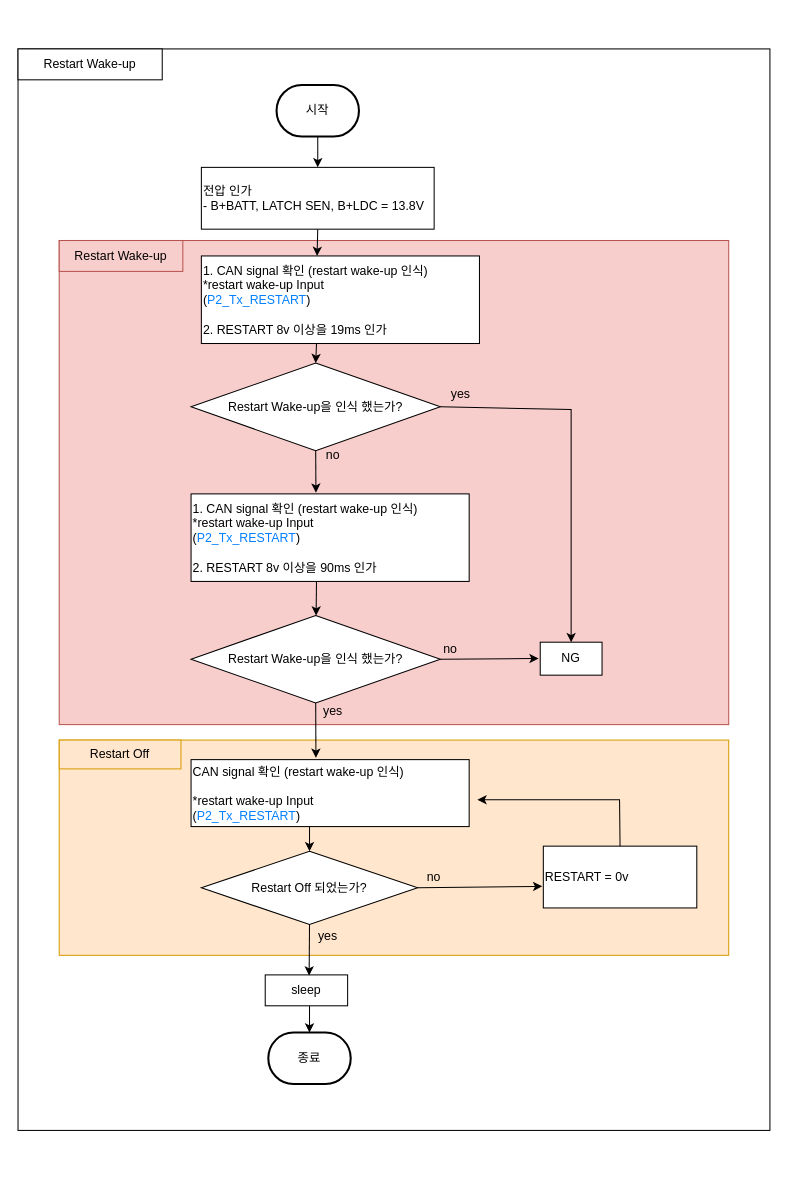
This is RESTART Wake-up.drawio from chaeyoonl/state-transition-diagram-test, a draw.io file, before an edit. Source tidied: cells renumbered, new cells numbered last; positions are measured from the earlier drawing's top-left corner, leaving out a move shared by most shapes. Both pictures are drawn from the tidied source at 103%, with x=0, y=0 at pixel (18, 48).
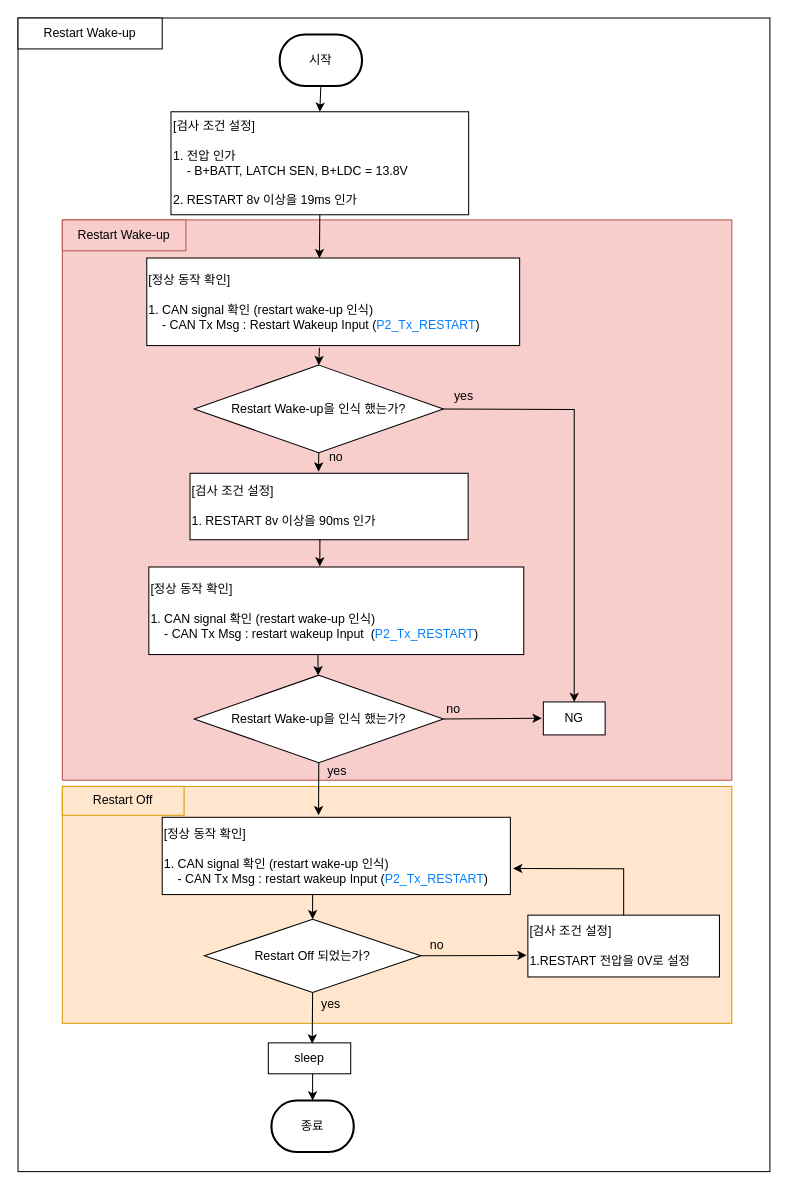
After the change.

The edit, as a diff of the source:
```diff
@@
     <mxCell id="2" style="rounded=0;whiteSpace=wrap;html=1;" parent="1" vertex="1">
-      <mxGeometry width="730" height="1050" as="geometry" />
+      <mxGeometry y="-30" width="730" height="1120" as="geometry" />
     </mxCell>
     <mxCell id="3" value="Restart Wake-up" style="rounded=0;whiteSpace=wrap;html=1;" parent="1" vertex="1">
-      <mxGeometry width="140" height="30" as="geometry" />
+      <mxGeometry y="-30" width="140" height="30" as="geometry" />
     </mxCell>
     <mxCell id="4" style="rounded=0;whiteSpace=wrap;html=1;fillColor=#f8cecc;strokeColor=#b85450;" parent="1" vertex="1">
-      <mxGeometry x="40" y="186" width="650" height="470" as="geometry" />
+      <mxGeometry x="43" y="166" width="650" height="544" as="geometry" />
     </mxCell>
     <mxCell id="5" value="&lt;span style=&quot;color: rgb(0, 0, 0); font-family: Helvetica; font-size: 12px; font-style: normal; font-variant-ligatures: normal; font-variant-caps: normal; font-weight: 400; letter-spacing: normal; orphans: 2; text-align: center; text-indent: 0px; text-transform: none; widows: 2; word-spacing: 0px; -webkit-text-stroke-width: 0px; text-decoration-thickness: initial; text-decoration-style: initial; text-decoration-color: initial; float: none; display: inline !important;&quot;&gt;Restart Wake-up&lt;br&gt;&lt;/span&gt;" style="rounded=0;whiteSpace=wrap;html=1;fillColor=#f8cecc;strokeColor=#b85450;fillStyle=solid;labelBackgroundColor=none;" parent="1" vertex="1">
-      <mxGeometry x="40" y="186" width="120" height="30" as="geometry" />
+      <mxGeometry x="43" y="166" width="120" height="30" as="geometry" />
     </mxCell>
     <mxCell id="6" style="rounded=0;whiteSpace=wrap;html=1;fillColor=#ffe6cc;strokeColor=#d79b00;" parent="1" vertex="1">
-      <mxGeometry x="40" y="671" width="650" height="209" as="geometry" />
+      <mxGeometry x="43" y="716" width="650" height="230" as="geometry" />
     </mxCell>
     <mxCell id="7" value="&lt;span style=&quot;color: rgb(0, 0, 0); font-family: Helvetica; font-size: 12px; font-style: normal; font-variant-ligatures: normal; font-variant-caps: normal; font-weight: 400; letter-spacing: normal; orphans: 2; text-align: center; text-indent: 0px; text-transform: none; widows: 2; word-spacing: 0px; -webkit-text-stroke-width: 0px; text-decoration-thickness: initial; text-decoration-style: initial; text-decoration-color: initial; float: none; display: inline !important;&quot;&gt;Restart Off&lt;br&gt;&lt;/span&gt;" style="rounded=0;whiteSpace=wrap;html=1;fillColor=#ffe6cc;strokeColor=#d79b00;labelBackgroundColor=none;" parent="1" vertex="1">
-      <mxGeometry x="40" y="671" width="118.2" height="28" as="geometry" />
+      <mxGeometry x="43" y="716" width="118.2" height="28" as="geometry" />
     </mxCell>
     <mxCell id="8" value="시작" style="strokeWidth=2;html=1;shape=mxgraph.flowchart.terminator;whiteSpace=wrap;" parent="1" vertex="1">
-      <mxGeometry x="251" y="35" width="80" height="50" as="geometry" />
+      <mxGeometry x="254" y="-14" width="80" height="50" as="geometry" />
     </mxCell>
-    <mxCell id="9" value="전압 인가&lt;br&gt;- B+BATT, LATCH SEN, B+LDC = 13.8V" style="rounded=0;whiteSpace=wrap;html=1;align=left;" parent="1" vertex="1">
-      <mxGeometry x="178" y="115" width="226" height="60" as="geometry" />
+    <mxCell id="9" value="[검사 조건 설정]&lt;br&gt;&lt;br&gt;1. 전압 인가&lt;br&gt;&amp;nbsp; &amp;nbsp; - B+BATT, LATCH SEN, B+LDC = 13.8V&lt;br&gt;&lt;br&gt;2. RESTART 8v 이상을&amp;nbsp;19ms 인가&amp;nbsp;" style="rounded=0;whiteSpace=wrap;html=1;align=left;" parent="1" vertex="1">
+      <mxGeometry x="148.5" y="61" width="289" height="100" as="geometry" />
     </mxCell>
     <mxCell id="10" value="Restart Wake-up을 인식 했는가?" style="rhombus;whiteSpace=wrap;html=1;" parent="1" vertex="1">
-      <mxGeometry x="168" y="305" width="242" height="85" as="geometry" />
+      <mxGeometry x="171" y="307" width="242" height="85" as="geometry" />
     </mxCell>
-    <mxCell id="11" style="endArrow=classic;html=1;rounded=0;entryX=0.5;entryY=0;entryDx=0;entryDy=0;exitX=0.414;exitY=1.005;exitDx=0;exitDy=0;exitPerimeter=0;" parent="1" edge="1" source="22" target="10">
+    <mxCell id="11" style="endArrow=classic;html=1;rounded=0;entryX=0.5;entryY=0;entryDx=0;entryDy=0;exitX=0.463;exitY=1.026;exitDx=0;exitDy=0;exitPerimeter=0;" parent="1" edge="1" source="22" target="10">
       <mxGeometry relative="1" as="geometry" />
     </mxCell>
@@
-    <mxCell id="13" style="endArrow=classic;html=1;rounded=0;exitX=0.5;exitY=1;exitDx=0;exitDy=0;entryX=0.449;entryY=-0.027;entryDx=0;entryDy=0;entryPerimeter=0;" parent="1" edge="1" target="37">
-      <mxGeometry relative="1" as="geometry">
-        <mxPoint x="289" y="635" as="sourcePoint" />
-      </mxGeometry>
+    <mxCell id="13" style="endArrow=classic;html=1;rounded=0;exitX=0.5;exitY=1;exitDx=0;exitDy=0;entryX=0.449;entryY=-0.027;entryDx=0;entryDy=0;entryPerimeter=0;" parent="1" edge="1" source="16" target="37">
+      <mxGeometry relative="1" as="geometry" />
     </mxCell>
     <mxCell id="14" value="yes" style="text;html=1;strokeColor=none;fillColor=none;align=center;verticalAlign=middle;whiteSpace=wrap;rounded=0;" parent="1" vertex="1">
-      <mxGeometry x="276" y="628" width="60" height="30" as="geometry" />
+      <mxGeometry x="280" y="686" width="60" height="30" as="geometry" />
     </mxCell>
     <mxCell id="15" value="no" style="text;html=1;strokeColor=none;fillColor=none;align=center;verticalAlign=middle;whiteSpace=wrap;rounded=0;" parent="1" vertex="1">
-      <mxGeometry x="276" y="380" width="60" height="30" as="geometry" />
+      <mxGeometry x="279" y="382" width="60" height="30" as="geometry" />
     </mxCell>
     <mxCell id="16" value="Restart Wake-up을 인식 했는가?" style="rhombus;whiteSpace=wrap;html=1;" parent="1" vertex="1">
-      <mxGeometry x="168" y="550" width="242" height="85" as="geometry" />
+      <mxGeometry x="171" y="608" width="242" height="85" as="geometry" />
     </mxCell>
     <mxCell id="17" value="no" style="text;html=1;strokeColor=none;fillColor=none;align=center;verticalAlign=middle;whiteSpace=wrap;rounded=0;" parent="1" vertex="1">
-      <mxGeometry x="390" y="568" width="60" height="30" as="geometry" />
+      <mxGeometry x="393" y="626" width="60" height="30" as="geometry" />
     </mxCell>
@@
     <mxCell id="19" value="NG" style="rounded=0;whiteSpace=wrap;html=1;align=center;" parent="1" vertex="1">
-      <mxGeometry x="507" y="576" width="60" height="32" as="geometry" />
+      <mxGeometry x="510" y="634" width="60" height="32" as="geometry" />
     </mxCell>
     <mxCell id="20" value="yes" style="text;html=1;strokeColor=none;fillColor=none;align=center;verticalAlign=middle;whiteSpace=wrap;rounded=0;" parent="1" vertex="1">
-      <mxGeometry x="400" y="320" width="60" height="30" as="geometry" />
+      <mxGeometry x="403" y="322" width="60" height="30" as="geometry" />
     </mxCell>
     <mxCell id="21" style="endArrow=classic;html=1;rounded=0;exitX=1;exitY=0.5;exitDx=0;exitDy=0;entryX=0.5;entryY=0;entryDx=0;entryDy=0;" parent="1" edge="1" source="10" target="19">
       <mxGeometry relative="1" as="geometry">
         <Array as="points">
-          <mxPoint x="537" y="350" />
+          <mxPoint x="540" y="350" />
         </Array>
       </mxGeometry>
     </mxCell>
-    <mxCell id="22" value="1. CAN signal 확인 (restart wake-up 인식)&lt;br&gt;*restart wake-up&amp;nbsp;Input&amp;nbsp;&lt;br&gt;(&lt;font color=&quot;#007fff&quot;&gt;P2_Tx_RESTART&lt;/font&gt;)&lt;br&gt;&lt;br&gt;2. RESTART 8v 이상을&amp;nbsp;&lt;span style=&quot;text-align: center;&quot;&gt;19ms 인가&amp;nbsp;&lt;/span&gt;" style="rounded=0;whiteSpace=wrap;html=1;align=left;" parent="1" vertex="1">
-      <mxGeometry x="178" y="201" width="270" height="85" as="geometry" />
+    <mxCell id="22" value="[정상 동작 확인]&lt;br&gt;&lt;br&gt;1. CAN signal 확인 (restart wake-up 인식)&lt;br&gt;&lt;span style=&quot;background-color: initial;&quot;&gt;&amp;nbsp; &amp;nbsp; - CAN Tx Msg : Restart Wakeup Input&amp;nbsp;&lt;/span&gt;(&lt;font style=&quot;border-color: var(--border-color);&quot; color=&quot;#007fff&quot;&gt;P2_Tx_RESTART&lt;/font&gt;)" style="rounded=0;whiteSpace=wrap;html=1;align=left;" parent="1" vertex="1">
+      <mxGeometry x="125" y="203" width="362" height="85" as="geometry" />
     </mxCell>
-    <mxCell id="23" style="endArrow=classic;html=1;rounded=0;exitX=0.5;exitY=1;exitDx=0;exitDy=0;entryX=0.416;entryY=0;entryDx=0;entryDy=0;entryPerimeter=0;" parent="1" edge="1" source="9" target="22">
+    <mxCell id="23" style="endArrow=classic;html=1;rounded=0;exitX=0.5;exitY=1;exitDx=0;exitDy=0;entryX=0.463;entryY=0.002;entryDx=0;entryDy=0;entryPerimeter=0;" parent="1" edge="1" source="9" target="22">
       <mxGeometry relative="1" as="geometry" />
     </mxCell>
-    <mxCell id="24" style="endArrow=classic;html=1;rounded=0;exitX=0.5;exitY=1;exitDx=0;exitDy=0;entryX=0.449;entryY=-0.014;entryDx=0;entryDy=0;entryPerimeter=0;" parent="1" edge="1" source="10" target="25">
+    <mxCell id="24" style="endArrow=classic;html=1;rounded=0;exitX=0.5;exitY=1;exitDx=0;exitDy=0;entryX=0.462;entryY=-0.025;entryDx=0;entryDy=0;entryPerimeter=0;" parent="1" edge="1" source="10" target="39">
       <mxGeometry relative="1" as="geometry" />
     </mxCell>
-    <mxCell id="25" value="1. CAN signal 확인 (restart wake-up 인식)&lt;br&gt;*restart wake-up&amp;nbsp;Input&amp;nbsp;&lt;br&gt;(&lt;font color=&quot;#007fff&quot;&gt;P2_Tx_RESTART&lt;/font&gt;)&lt;br&gt;&lt;br&gt;2.&amp;nbsp;RESTART 8v 이상을&amp;nbsp;&lt;span style=&quot;text-align: center;&quot;&gt;90ms 인가&amp;nbsp;&lt;/span&gt;" style="rounded=0;whiteSpace=wrap;html=1;align=left;" parent="1" vertex="1">
-      <mxGeometry x="168" y="432" width="270" height="85" as="geometry" />
+    <mxCell id="25" value="[정상 동작 확인]&lt;br&gt;&lt;br&gt;1. CAN signal 확인 (restart wake-up 인식)&lt;br&gt;&amp;nbsp; &amp;nbsp; - CAN Tx Msg : restart wakeup&amp;nbsp;Input&amp;nbsp; (&lt;font color=&quot;#007fff&quot;&gt;P2_Tx_RESTART&lt;/font&gt;)" style="rounded=0;whiteSpace=wrap;html=1;align=left;" parent="1" vertex="1">
+      <mxGeometry x="127" y="503" width="364" height="85" as="geometry" />
     </mxCell>
     <mxCell id="26" value="종료" style="strokeWidth=2;html=1;shape=mxgraph.flowchart.terminator;whiteSpace=wrap;" parent="1" vertex="1">
-      <mxGeometry x="243" y="955" width="80" height="50" as="geometry" />
+      <mxGeometry x="246" y="1021" width="80" height="50" as="geometry" />
     </mxCell>
     <mxCell id="27" value="Restart Off 되었는가?" style="rhombus;whiteSpace=wrap;html=1;" parent="1" vertex="1">
-      <mxGeometry x="178" y="779" width="210" height="71" as="geometry" />
+      <mxGeometry x="181" y="845" width="210" height="71" as="geometry" />
     </mxCell>
     <mxCell id="28" style="endArrow=classic;html=1;rounded=0;exitX=0.5;exitY=1;exitDx=0;exitDy=0;entryX=0.5;entryY=0;entryDx=0;entryDy=0;" parent="1" edge="1" target="27">
       <mxGeometry relative="1" as="geometry">
-        <mxPoint x="283" y="739" as="sourcePoint" />
+        <mxPoint x="286" y="805" as="sourcePoint" />
       </mxGeometry>
     </mxCell>
     <mxCell id="29" style="endArrow=classic;html=1;rounded=0;exitX=0.5;exitY=1;exitDx=0;exitDy=0;entryX=0.5;entryY=0;entryDx=0;entryDy=0;entryPerimeter=0;" parent="1" edge="1" target="26">
       <mxGeometry relative="1" as="geometry">
-        <mxPoint x="283" y="929" as="sourcePoint" />
+        <mxPoint x="286" y="995" as="sourcePoint" />
       </mxGeometry>
     </mxCell>
-    <mxCell id="30" value="RESTART = 0v" style="rounded=0;whiteSpace=wrap;html=1;align=left;" parent="1" vertex="1">
-      <mxGeometry x="510" y="774" width="149" height="60" as="geometry" />
+    <mxCell id="30" value="[검사 조건 설정]&lt;br&gt;&lt;br&gt;1.RESTART&amp;nbsp;전압을 0V로 설정" style="rounded=0;whiteSpace=wrap;html=1;align=left;" parent="1" vertex="1">
+      <mxGeometry x="495" y="841" width="186" height="60" as="geometry" />
     </mxCell>
@@
     <mxCell id="32" value="sleep" style="rounded=0;whiteSpace=wrap;html=1;align=center;" parent="1" vertex="1">
-      <mxGeometry x="240" y="899" width="80" height="30" as="geometry" />
+      <mxGeometry x="243" y="965" width="80" height="30" as="geometry" />
     </mxCell>
@@
     <mxCell id="34" value="yes" style="text;html=1;strokeColor=none;fillColor=none;align=center;verticalAlign=middle;whiteSpace=wrap;rounded=0;" parent="1" vertex="1">
-      <mxGeometry x="271" y="847" width="60" height="30" as="geometry" />
+      <mxGeometry x="274" y="913" width="60" height="30" as="geometry" />
     </mxCell>
     <mxCell id="35" value="no" style="text;html=1;strokeColor=none;fillColor=none;align=center;verticalAlign=middle;whiteSpace=wrap;rounded=0;" parent="1" vertex="1">
-      <mxGeometry x="374" y="789" width="60" height="30" as="geometry" />
+      <mxGeometry x="377" y="855" width="60" height="30" as="geometry" />
     </mxCell>
-    <mxCell id="36" style="endArrow=classic;html=1;rounded=0;exitX=0.5;exitY=0;exitDx=0;exitDy=0;" parent="1" edge="1" source="30">
+    <mxCell id="36" style="endArrow=classic;html=1;rounded=0;exitX=0.5;exitY=0;exitDx=0;exitDy=0;entryX=1.008;entryY=0.662;entryDx=0;entryDy=0;entryPerimeter=0;" parent="1" edge="1" source="30" target="37">
       <mxGeometry relative="1" as="geometry">
-        <mxPoint x="446" y="729" as="targetPoint" />
         <Array as="points">
-          <mxPoint x="584" y="729" />
+          <mxPoint x="588" y="796" />
         </Array>
       </mxGeometry>
     </mxCell>
-    <mxCell id="37" value="CAN signal 확인 (restart wake-up 인식)&lt;br&gt;&lt;br&gt;*restart wake-up&amp;nbsp;Input&amp;nbsp;&lt;br&gt;(&lt;font color=&quot;#007fff&quot;&gt;P2_Tx_RESTART&lt;/font&gt;)" style="rounded=0;whiteSpace=wrap;html=1;align=left;" parent="1" vertex="1">
-      <mxGeometry x="168" y="690" width="270" height="65" as="geometry" />
+    <mxCell id="37" value="[정상 동작 확인]&lt;br&gt;&lt;br&gt;1. CAN signal 확인 (restart wake-up 인식)&lt;br&gt;&amp;nbsp; &amp;nbsp; - CAN Tx Msg : restart wakeup&amp;nbsp;Input&amp;nbsp;(&lt;font color=&quot;#007fff&quot;&gt;P2_Tx_RESTART&lt;/font&gt;)" style="rounded=0;whiteSpace=wrap;html=1;align=left;" parent="1" vertex="1">
+      <mxGeometry x="140" y="746" width="338" height="75" as="geometry" />
     </mxCell>
@@
+    <mxCell id="39" value="[검사 조건 설정]&lt;br&gt;&lt;br&gt;1.&amp;nbsp;RESTART 8v 이상을&amp;nbsp;&lt;span style=&quot;text-align: center;&quot;&gt;90ms 인가&amp;nbsp;&lt;/span&gt;" style="rounded=0;whiteSpace=wrap;html=1;align=left;" parent="1" vertex="1">
+      <mxGeometry x="167" y="412" width="270" height="64.5" as="geometry" />
+    </mxCell>
+    <mxCell id="40" style="endArrow=classic;html=1;rounded=0;exitX=0.467;exitY=0.99;exitDx=0;exitDy=0;exitPerimeter=0;entryX=0.456;entryY=-0.007;entryDx=0;entryDy=0;entryPerimeter=0;" parent="1" edge="1" source="39" target="25">
+      <mxGeometry relative="1" as="geometry" />
+    </mxCell>
```
